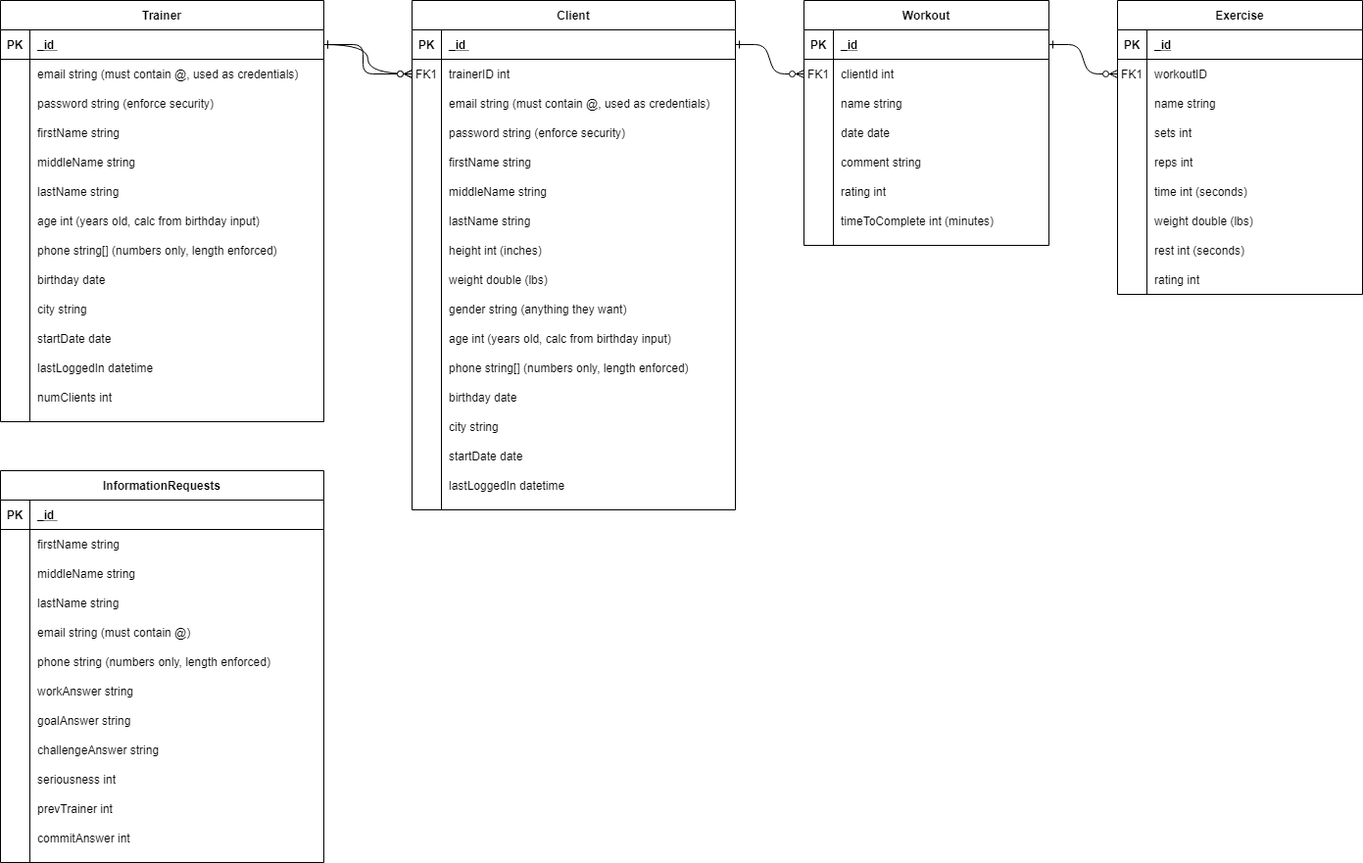
Earlier version of the draw.io export Diagrams/CG-ERD.png (glerichartwell/COP4331-Large-Project). Source tidied: cells renumbered, new cells last; positions are measured from the earlier drawing's top-left corner, leaving out a move shared by most shapes.
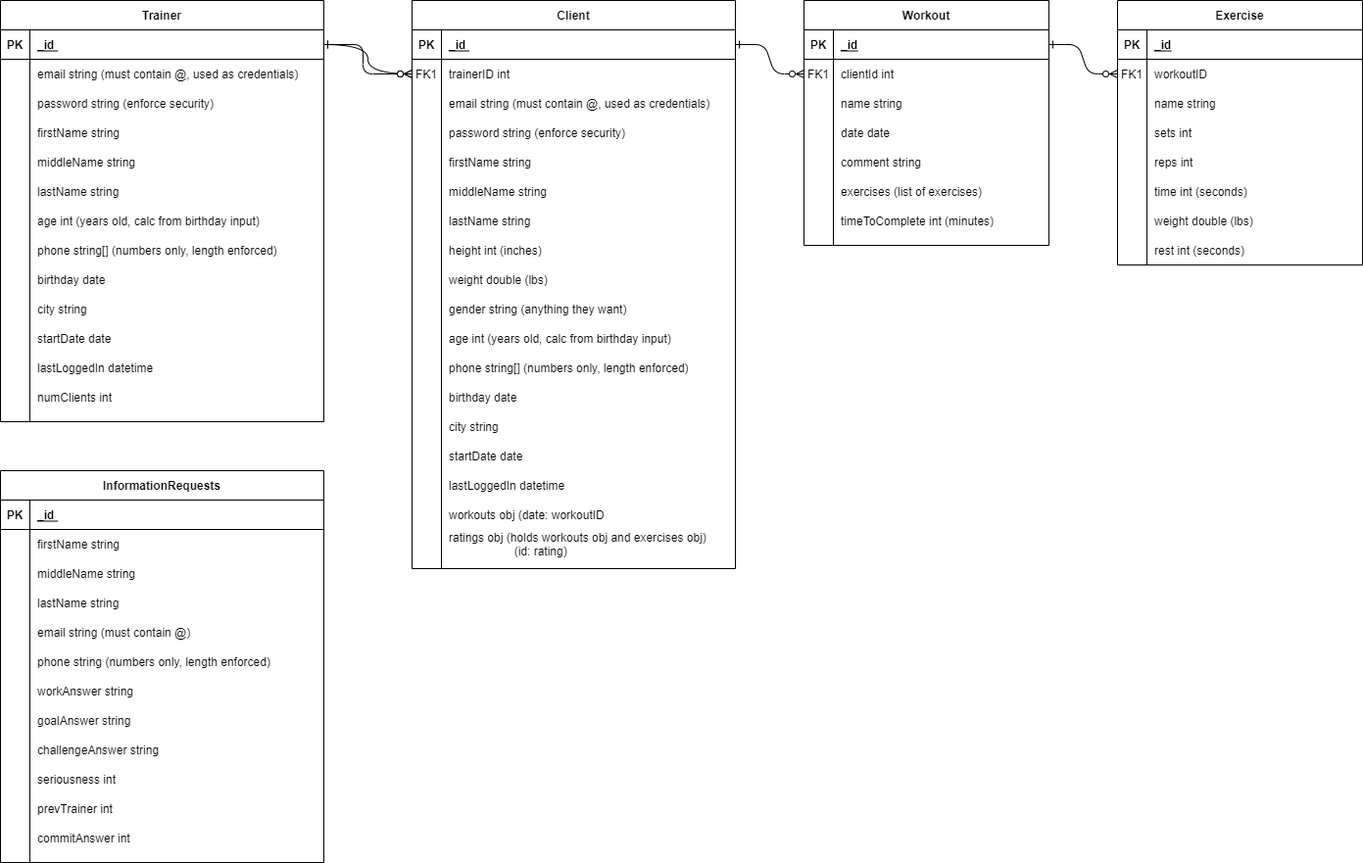
After the change.

The edit, as a diff of the source:
```diff
@@ -62,7 +62,7 @@
     <mxCell id="21" style="shape=partialRectangle;overflow=hidden;fillColor=none;top=0;left=0;bottom=0;right=0;" parent="20" vertex="1">
       <mxGeometry width="30" height="30" as="geometry" />
     </mxCell>
-    <mxCell id="22" value="rating int" style="shape=partialRectangle;overflow=hidden;fillColor=none;top=0;left=0;bottom=0;right=0;align=left;spacingLeft=6;" parent="20" vertex="1">
+    <mxCell id="22" value="exercises (list of exercises)" style="shape=partialRectangle;overflow=hidden;fillColor=none;top=0;left=0;bottom=0;right=0;align=left;spacingLeft=6;" parent="20" vertex="1">
       <mxGeometry x="30" width="220" height="30" as="geometry" />
     </mxCell>
     <mxCell id="23" style="shape=partialRectangle;fillColor=none;top=0;left=0;right=0;bottom=0;" parent="4" vertex="1">
@@ -75,7 +75,7 @@
       <mxGeometry x="30" width="220" height="30" as="geometry" />
     </mxCell>
     <mxCell id="26" value="Exercise" style="shape=table;startSize=30;rowLines=0;fontStyle=1;align=center;" parent="1" vertex="1">
-      <mxGeometry x="1140" width="250" height="300" as="geometry" />
+      <mxGeometry x="1140" width="250" height="270" as="geometry" />
     </mxCell>
     <mxCell id="27" style="shape=partialRectangle;fillColor=none;top=0;left=0;right=0;bottom=1;" parent="26" vertex="1">
       <mxGeometry y="30" width="250" height="30" as="geometry" />
@@ -149,17 +149,8 @@
     <mxCell id="50" value="rest int (seconds)" style="shape=partialRectangle;overflow=hidden;fillColor=none;top=0;left=0;bottom=0;right=0;align=left;spacingLeft=6;" parent="48" vertex="1">
       <mxGeometry x="30" width="220" height="30" as="geometry" />
     </mxCell>
-    <mxCell id="51" style="shape=partialRectangle;fillColor=none;top=0;left=0;right=0;bottom=0;" parent="26" vertex="1">
-      <mxGeometry y="270" width="250" height="30" as="geometry" />
-    </mxCell>
-    <mxCell id="52" style="shape=partialRectangle;overflow=hidden;fillColor=none;top=0;left=0;bottom=0;right=0;" parent="51" vertex="1">
-      <mxGeometry width="30" height="30" as="geometry" />
-    </mxCell>
-    <mxCell id="53" value="rating int" style="shape=partialRectangle;overflow=hidden;fillColor=none;top=0;left=0;bottom=0;right=0;align=left;spacingLeft=6;" parent="51" vertex="1">
-      <mxGeometry x="30" width="220" height="30" as="geometry" />
-    </mxCell>
     <mxCell id="54" value="Client" style="shape=table;startSize=30;rowLines=0;fontStyle=1;align=center;" parent="1" vertex="1">
-      <mxGeometry x="420" width="330" height="520" as="geometry" />
+      <mxGeometry x="420" width="330" height="580" as="geometry" />
     </mxCell>
     <mxCell id="55" style="shape=partialRectangle;fillColor=none;points=[[0,0.5],[1,0.5]];portConstraint=eastwest;top=0;left=0;right=0;bottom=1;" parent="54" vertex="1">
       <mxGeometry y="30" width="330" height="30" as="geometry" />
@@ -305,6 +296,24 @@
     <mxCell id="102" value="lastLoggedIn datetime" style="shape=partialRectangle;overflow=hidden;fillColor=none;top=0;left=0;bottom=0;right=0;align=left;spacingLeft=6;" parent="100" vertex="1">
       <mxGeometry x="30" width="300" height="30" as="geometry" />
     </mxCell>
+    <mxCell id="182" style="shape=partialRectangle;fillColor=none;top=0;left=0;right=0;bottom=0;" parent="54" vertex="1">
+      <mxGeometry y="510" width="330" height="30" as="geometry" />
+    </mxCell>
+    <mxCell id="183" style="shape=partialRectangle;overflow=hidden;fillColor=none;top=0;left=0;bottom=0;right=0;" parent="182" vertex="1">
+      <mxGeometry width="30" height="30" as="geometry" />
+    </mxCell>
+    <mxCell id="184" value="workouts obj (date: workoutID" style="shape=partialRectangle;overflow=hidden;fillColor=none;top=0;left=0;bottom=0;right=0;align=left;spacingLeft=6;" parent="182" vertex="1">
+      <mxGeometry x="30" width="300" height="30" as="geometry" />
+    </mxCell>
+    <mxCell id="185" style="shape=partialRectangle;fillColor=none;top=0;left=0;right=0;bottom=0;" parent="54" vertex="1">
+      <mxGeometry y="540" width="330" height="30" as="geometry" />
+    </mxCell>
+    <mxCell id="186" style="shape=partialRectangle;overflow=hidden;fillColor=none;top=0;left=0;bottom=0;right=0;" parent="185" vertex="1">
+      <mxGeometry width="30" height="30" as="geometry" />
+    </mxCell>
+    <mxCell id="187" value="ratings obj (holds workouts obj and exercises obj)&#10;                    (id: rating)" style="shape=partialRectangle;overflow=hidden;fillColor=none;top=0;left=0;bottom=0;right=0;align=left;spacingLeft=6;" parent="185" vertex="1">
+      <mxGeometry x="30" width="300" height="30" as="geometry" />
+    </mxCell>
     <mxCell id="103" value="Trainer" style="shape=table;startSize=30;rowLines=0;fontStyle=1;align=center;" parent="1" vertex="1">
       <mxGeometry width="330" height="430" as="geometry" />
     </mxCell>
```
